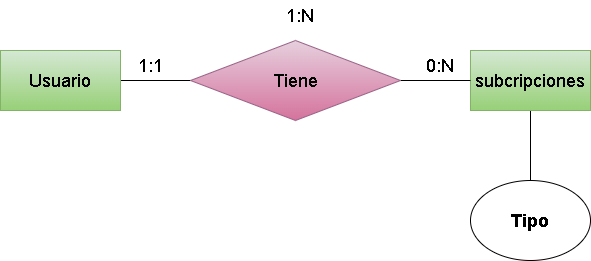
Earlier version of the draw.io export (Unidad-2) (Tarea-3)/img/Ejercicio20.drawio.png (Darkoscurito/Base-de-datos). Source tidied: cells renumbered, new cells last; positions are measured from the earlier drawing's top-left corner, leaving out a move shared by most shapes.
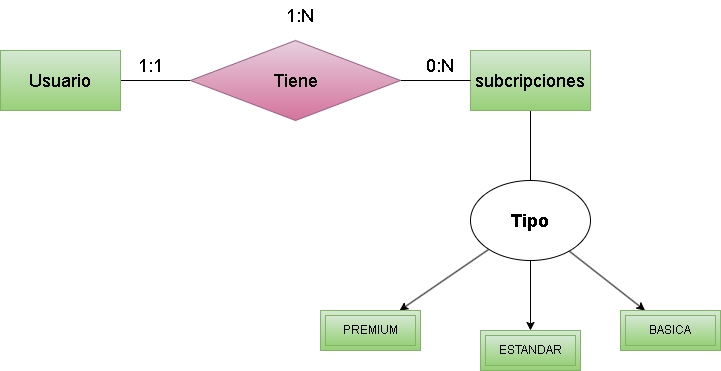
Above is the later version.

What changed in the source:
```diff
@@ -29,8 +29,26 @@
     <mxCell id="10" value="1:N" style="text;html=1;strokeColor=none;fillColor=none;align=center;verticalAlign=middle;whiteSpace=wrap;rounded=0;fontSize=18;" parent="1" vertex="1">
       <mxGeometry x="270" width="60" height="30" as="geometry" />
     </mxCell>
+    <mxCell id="12" style="edgeStyle=none;html=1;" parent="1" edge="1" source="11" target="15">
+      <mxGeometry relative="1" as="geometry" />
+    </mxCell>
+    <mxCell id="13" style="edgeStyle=none;html=1;entryX=0.5;entryY=0;entryDx=0;entryDy=0;" parent="1" edge="1" source="11" target="16">
+      <mxGeometry relative="1" as="geometry" />
+    </mxCell>
+    <mxCell id="14" style="edgeStyle=none;html=1;" parent="1" edge="1" source="11" target="17">
+      <mxGeometry relative="1" as="geometry" />
+    </mxCell>
     <mxCell id="11" value="&lt;b&gt;&lt;font style=&quot;font-size: 18px;&quot;&gt;Tipo&lt;/font&gt;&lt;/b&gt;" style="ellipse;whiteSpace=wrap;html=1;" parent="1" vertex="1">
       <mxGeometry x="470" y="180" width="120" height="80" as="geometry" />
     </mxCell>
+    <mxCell id="15" value="PREMIUM" style="shape=ext;margin=3;double=1;whiteSpace=wrap;html=1;align=center;fillColor=#d5e8d4;strokeColor=#82b366;gradientColor=#97d077;" parent="1" vertex="1">
+      <mxGeometry x="320" y="310" width="100" height="40" as="geometry" />
+    </mxCell>
+    <mxCell id="16" value="ESTANDAR" style="shape=ext;margin=3;double=1;whiteSpace=wrap;html=1;align=center;fillColor=#d5e8d4;gradientColor=#97d077;strokeColor=#82b366;" parent="1" vertex="1">
+      <mxGeometry x="480" y="330" width="100" height="40" as="geometry" />
+    </mxCell>
+    <mxCell id="17" value="BASICA" style="shape=ext;margin=3;double=1;whiteSpace=wrap;html=1;align=center;fillColor=#d5e8d4;gradientColor=#97d077;strokeColor=#82b366;" parent="1" vertex="1">
+      <mxGeometry x="620" y="310" width="100" height="40" as="geometry" />
+    </mxCell>
   </root>
 </mxGraphModel>
```
